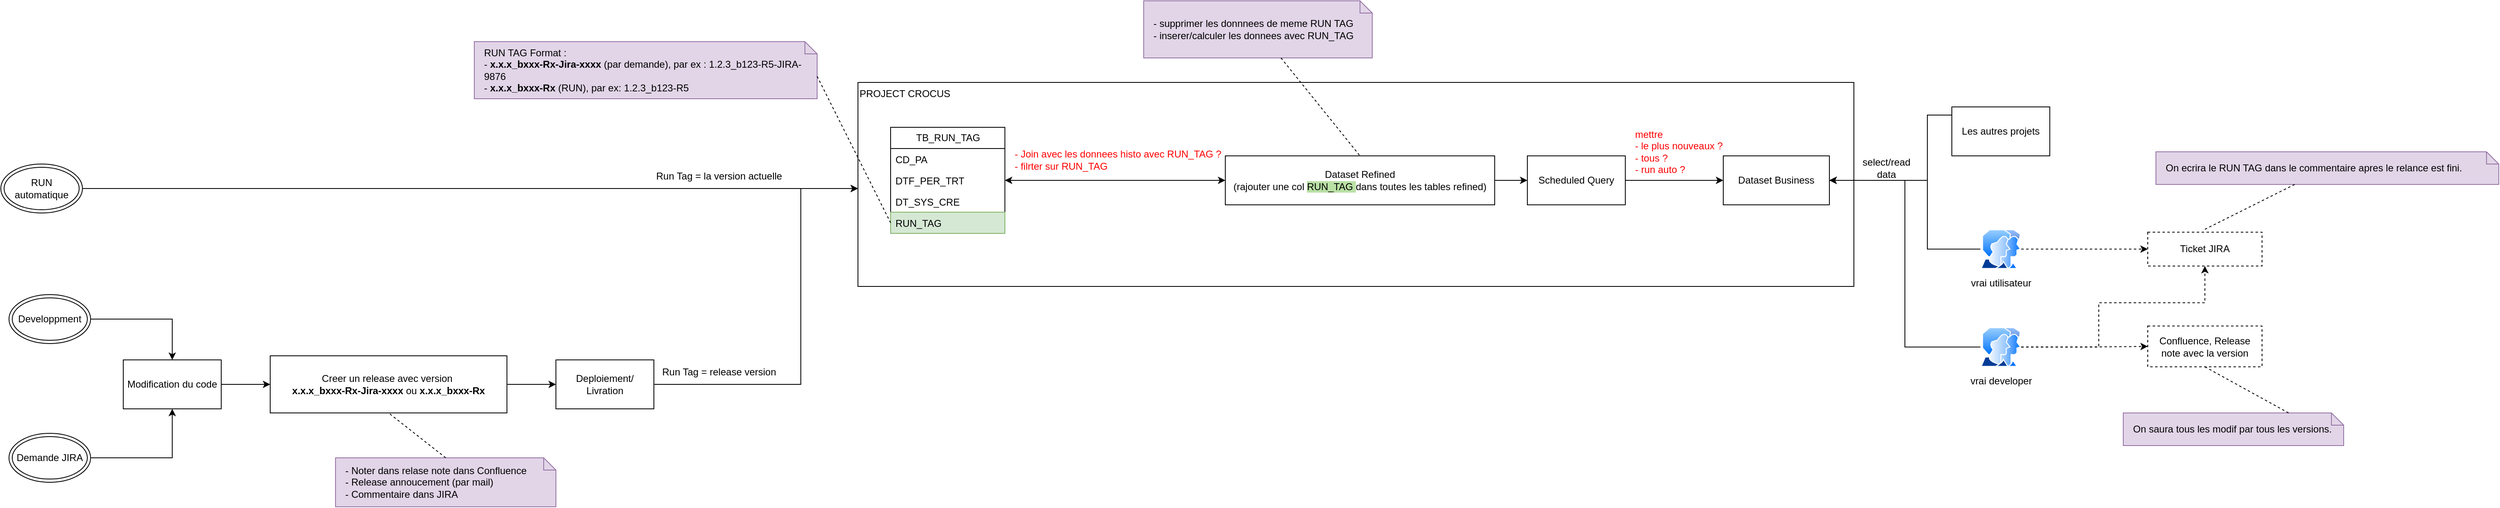
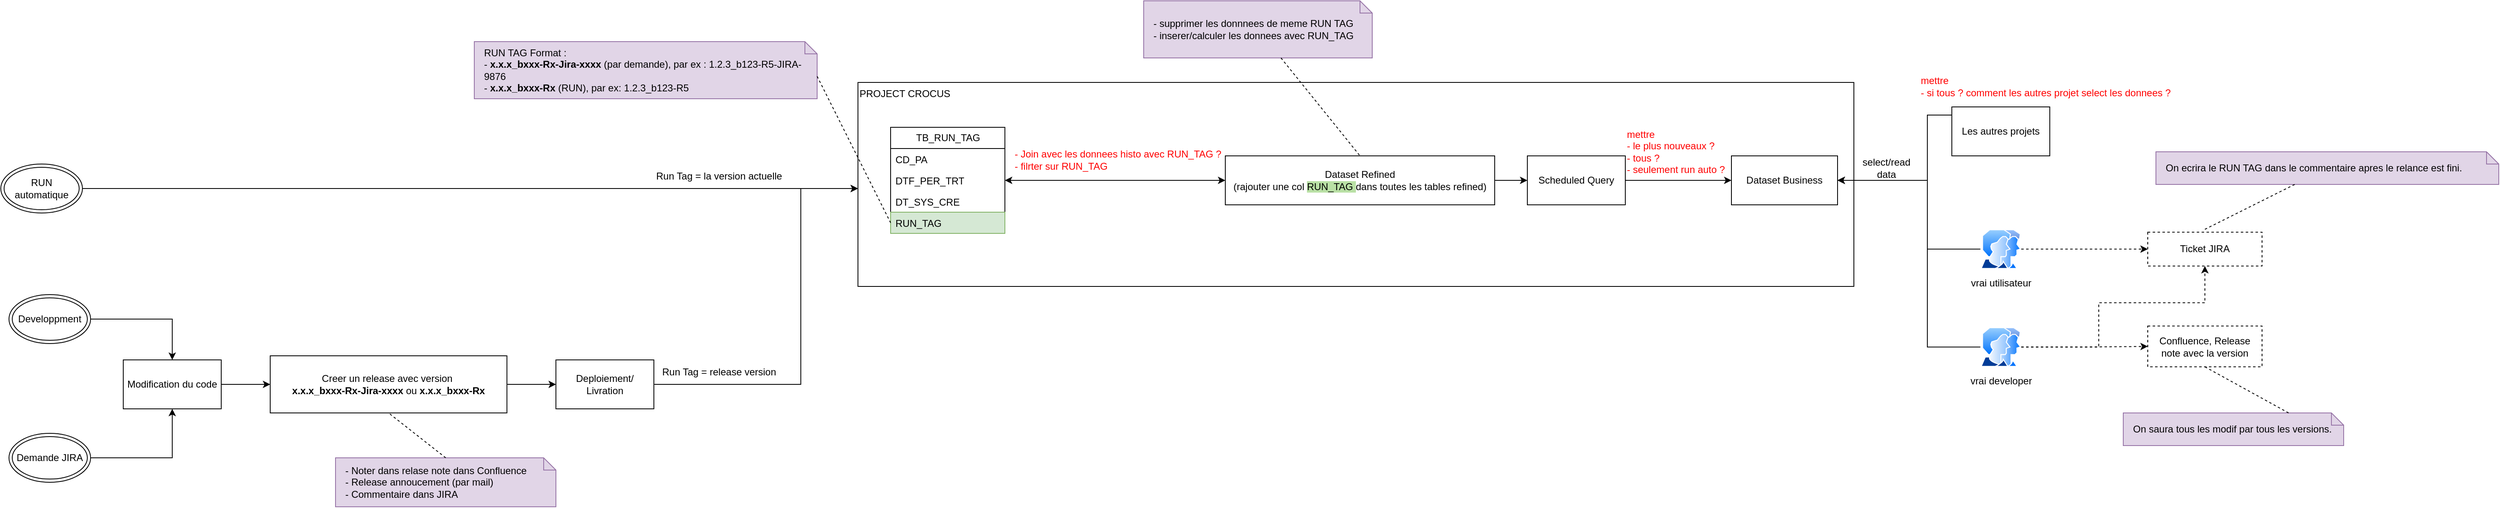
<mxfile host="app.diagrams.net">
  <diagram name="Page-1" id="bEAYSmEDHXBXhFzCy1HB">
    <mxGraphModel dx="2873" dy="1106" grid="1" gridSize="10" guides="1" tooltips="1" connect="1" arrows="1" fold="1" page="1" pageScale="1" pageWidth="827" pageHeight="1169" math="0" shadow="0">
      <root>
        <mxCell id="0" />
        <mxCell id="1" parent="0" />
        <mxCell id="QUzsFoNl6aFI_2ed8XXq-13" parent="1" style="rounded=0;whiteSpace=wrap;html=1;align=left;verticalAlign=top;" value="PROJECT CROCUS" vertex="1">
          <mxGeometry height="250" width="1220" x="380" y="140" as="geometry" />
        </mxCell>
        <mxCell id="QUzsFoNl6aFI_2ed8XXq-1" parent="1" style="swimlane;fontStyle=0;childLayout=stackLayout;horizontal=1;startSize=26;fillColor=none;horizontalStack=0;resizeParent=1;resizeParentMax=0;resizeLast=0;collapsible=1;marginBottom=0;html=1;" value="TB_RUN_TAG" vertex="1">
          <mxGeometry height="130" width="140" x="420" y="195" as="geometry" />
        </mxCell>
        <mxCell id="QUzsFoNl6aFI_2ed8XXq-2" parent="QUzsFoNl6aFI_2ed8XXq-1" style="text;strokeColor=none;fillColor=none;align=left;verticalAlign=top;spacingLeft=4;spacingRight=4;overflow=hidden;rotatable=0;points=[[0,0.5],[1,0.5]];portConstraint=eastwest;whiteSpace=wrap;html=1;" value="CD_PA" vertex="1">
          <mxGeometry height="26" width="140" y="26" as="geometry" />
        </mxCell>
        <mxCell id="QUzsFoNl6aFI_2ed8XXq-3" parent="QUzsFoNl6aFI_2ed8XXq-1" style="text;strokeColor=none;fillColor=none;align=left;verticalAlign=top;spacingLeft=4;spacingRight=4;overflow=hidden;rotatable=0;points=[[0,0.5],[1,0.5]];portConstraint=eastwest;whiteSpace=wrap;html=1;" value="DTF_PER_TRT" vertex="1">
          <mxGeometry height="26" width="140" y="52" as="geometry" />
        </mxCell>
        <mxCell id="QUzsFoNl6aFI_2ed8XXq-4" parent="QUzsFoNl6aFI_2ed8XXq-1" style="text;strokeColor=none;fillColor=none;align=left;verticalAlign=top;spacingLeft=4;spacingRight=4;overflow=hidden;rotatable=0;points=[[0,0.5],[1,0.5]];portConstraint=eastwest;whiteSpace=wrap;html=1;" value="DT_SYS_CRE" vertex="1">
          <mxGeometry height="26" width="140" y="78" as="geometry" />
        </mxCell>
        <mxCell id="QUzsFoNl6aFI_2ed8XXq-5" parent="QUzsFoNl6aFI_2ed8XXq-1" style="text;strokeColor=#82b366;fillColor=#d5e8d4;align=left;verticalAlign=top;spacingLeft=4;spacingRight=4;overflow=hidden;rotatable=0;points=[[0,0.5],[1,0.5]];portConstraint=eastwest;whiteSpace=wrap;html=1;" value="RUN_TAG" vertex="1">
          <mxGeometry height="26" width="140" y="104" as="geometry" />
        </mxCell>
        <mxCell id="QUzsFoNl6aFI_2ed8XXq-7" parent="1" style="shape=note;size=15;align=left;spacingLeft=10;html=1;whiteSpace=wrap;fillColor=#e1d5e7;strokeColor=#9673a6;" value="RUN TAG Format :&amp;nbsp;&lt;div&gt;- &lt;b&gt;x.x.x_bxxx-Rx-Jira-xxxx&lt;/b&gt; (par demande), par ex : 1.2.3_b123-R5-JIRA-9876&lt;/div&gt;&lt;div&gt;-&lt;b&gt; x.x.x_bxxx-Rx&lt;/b&gt; (RUN), par ex: 1.2.3_b123-R5&lt;/div&gt;" vertex="1">
          <mxGeometry height="70" width="420" x="-90" y="90" as="geometry" />
        </mxCell>
        <mxCell id="QUzsFoNl6aFI_2ed8XXq-8" edge="1" parent="1" source="QUzsFoNl6aFI_2ed8XXq-7" style="edgeStyle=none;endArrow=none;exitX=0;exitY=0;dashed=1;html=1;rounded=0;entryX=0;entryY=0.5;entryDx=0;entryDy=0;exitDx=420;exitDy=42.5;exitPerimeter=0;" target="QUzsFoNl6aFI_2ed8XXq-5" value="">
          <mxGeometry relative="1" x="1" as="geometry">
            <mxPoint x="590" y="660" as="targetPoint" />
          </mxGeometry>
        </mxCell>
        <mxCell id="QUzsFoNl6aFI_2ed8XXq-10" parent="1" style="rounded=0;whiteSpace=wrap;html=1;dashed=1;" value="Confluence, Release note avec la v&lt;span style=&quot;background-color: transparent; color: light-dark(rgb(0, 0, 0), rgb(255, 255, 255));&quot;&gt;ersion&lt;/span&gt;" vertex="1">
          <mxGeometry height="50" width="140" x="1960" y="438.5" as="geometry" />
        </mxCell>
        <mxCell id="QUzsFoNl6aFI_2ed8XXq-11" parent="1" style="rounded=0;whiteSpace=wrap;html=1;dashed=1;" value="Ticket JIRA" vertex="1">
          <mxGeometry height="41.5" width="140" x="1960" y="323.5" as="geometry" />
        </mxCell>
        <mxCell id="QUzsFoNl6aFI_2ed8XXq-42" edge="1" parent="1" source="QUzsFoNl6aFI_2ed8XXq-12" style="edgeStyle=orthogonalEdgeStyle;rounded=0;orthogonalLoop=1;jettySize=auto;html=1;entryX=1;entryY=0.5;entryDx=0;entryDy=0;startArrow=classic;startFill=1;" target="QUzsFoNl6aFI_2ed8XXq-3">
          <mxGeometry relative="1" as="geometry" />
        </mxCell>
        <mxCell id="QUzsFoNl6aFI_2ed8XXq-50" edge="1" parent="1" source="QUzsFoNl6aFI_2ed8XXq-12" style="edgeStyle=orthogonalEdgeStyle;rounded=0;orthogonalLoop=1;jettySize=auto;html=1;" target="QUzsFoNl6aFI_2ed8XXq-46">
          <mxGeometry relative="1" as="geometry">
            <Array as="points" />
          </mxGeometry>
        </mxCell>
        <mxCell id="QUzsFoNl6aFI_2ed8XXq-12" parent="1" style="rounded=0;whiteSpace=wrap;html=1;" value="Dataset Refined&lt;div&gt;(rajouter une col &lt;span style=&quot;background-color: rgb(185, 224, 165);&quot;&gt;RUN_TAG &lt;/span&gt;dans toutes les tables refined)&lt;/div&gt;" vertex="1">
          <mxGeometry height="60" width="330" x="830" y="230" as="geometry" />
        </mxCell>
        <mxCell id="QUzsFoNl6aFI_2ed8XXq-27" edge="1" parent="1" source="QUzsFoNl6aFI_2ed8XXq-33" style="edgeStyle=orthogonalEdgeStyle;rounded=0;orthogonalLoop=1;jettySize=auto;html=1;entryX=0.5;entryY=0;entryDx=0;entryDy=0;" target="QUzsFoNl6aFI_2ed8XXq-23">
          <mxGeometry relative="1" as="geometry">
            <mxPoint x="-760" y="325" as="sourcePoint" />
          </mxGeometry>
        </mxCell>
        <mxCell id="QUzsFoNl6aFI_2ed8XXq-29" edge="1" parent="1" source="QUzsFoNl6aFI_2ed8XXq-34" style="edgeStyle=orthogonalEdgeStyle;rounded=0;orthogonalLoop=1;jettySize=auto;html=1;entryX=0.5;entryY=1;entryDx=0;entryDy=0;" target="QUzsFoNl6aFI_2ed8XXq-23">
          <mxGeometry relative="1" as="geometry">
            <mxPoint x="-820" y="785" as="sourcePoint" />
          </mxGeometry>
        </mxCell>
        <mxCell id="QUzsFoNl6aFI_2ed8XXq-19" parent="1" style="text;html=1;whiteSpace=wrap;strokeColor=none;fillColor=none;align=center;verticalAlign=middle;rounded=0;" value="Run Tag = la version actuelle" vertex="1">
          <mxGeometry height="30" width="200" x="110" y="240" as="geometry" />
        </mxCell>
        <mxCell id="QUzsFoNl6aFI_2ed8XXq-28" edge="1" parent="1" source="QUzsFoNl6aFI_2ed8XXq-23" style="edgeStyle=orthogonalEdgeStyle;rounded=0;orthogonalLoop=1;jettySize=auto;html=1;" target="QUzsFoNl6aFI_2ed8XXq-25">
          <mxGeometry relative="1" as="geometry" />
        </mxCell>
        <mxCell id="QUzsFoNl6aFI_2ed8XXq-23" parent="1" style="rounded=0;whiteSpace=wrap;html=1;" value="Modification du code" vertex="1">
          <mxGeometry height="60" width="120" x="-520" y="480" as="geometry" />
        </mxCell>
        <mxCell id="QUzsFoNl6aFI_2ed8XXq-31" edge="1" parent="1" source="QUzsFoNl6aFI_2ed8XXq-24" style="edgeStyle=orthogonalEdgeStyle;rounded=0;orthogonalLoop=1;jettySize=auto;html=1;" target="QUzsFoNl6aFI_2ed8XXq-13">
          <mxGeometry relative="1" as="geometry">
            <Array as="points">
              <mxPoint x="310" y="510" />
              <mxPoint x="310" y="270" />
            </Array>
          </mxGeometry>
        </mxCell>
        <mxCell id="QUzsFoNl6aFI_2ed8XXq-24" parent="1" style="rounded=0;whiteSpace=wrap;html=1;" value="Deploiement/ Livration" vertex="1">
          <mxGeometry height="60" width="120" x="10" y="480" as="geometry" />
        </mxCell>
        <mxCell id="QUzsFoNl6aFI_2ed8XXq-30" edge="1" parent="1" source="QUzsFoNl6aFI_2ed8XXq-25" style="edgeStyle=orthogonalEdgeStyle;rounded=0;orthogonalLoop=1;jettySize=auto;html=1;entryX=0;entryY=0.5;entryDx=0;entryDy=0;" target="QUzsFoNl6aFI_2ed8XXq-24">
          <mxGeometry relative="1" as="geometry" />
        </mxCell>
        <mxCell id="QUzsFoNl6aFI_2ed8XXq-25" parent="1" style="rounded=0;whiteSpace=wrap;html=1;" value="Creer un release avec version&amp;nbsp;&lt;div&gt;&lt;span style=&quot;text-align: left;&quot;&gt;&lt;b&gt;x.x.x_bxxx-Rx-Jira-xxxx&lt;/b&gt; ou&amp;nbsp;&lt;/span&gt;&lt;span style=&quot;text-align: left;&quot;&gt;&lt;b&gt;x.x.x_bxxx-Rx&lt;/b&gt;&lt;/span&gt;&lt;/div&gt;" vertex="1">
          <mxGeometry height="70" width="290" x="-340" y="475" as="geometry" />
        </mxCell>
        <mxCell id="QUzsFoNl6aFI_2ed8XXq-33" parent="1" style="ellipse;shape=doubleEllipse;whiteSpace=wrap;html=1;" value="Developpment" vertex="1">
          <mxGeometry height="60" width="100" x="-660" y="400" as="geometry" />
        </mxCell>
        <mxCell id="QUzsFoNl6aFI_2ed8XXq-34" parent="1" style="ellipse;shape=doubleEllipse;whiteSpace=wrap;html=1;" value="Demande JIRA" vertex="1">
          <mxGeometry height="60" width="100" x="-660" y="570" as="geometry" />
        </mxCell>
        <mxCell id="QUzsFoNl6aFI_2ed8XXq-36" edge="1" parent="1" source="QUzsFoNl6aFI_2ed8XXq-35" style="edgeStyle=orthogonalEdgeStyle;rounded=0;orthogonalLoop=1;jettySize=auto;html=1;" target="QUzsFoNl6aFI_2ed8XXq-13">
          <mxGeometry relative="1" as="geometry">
            <Array as="points">
              <mxPoint x="40" y="270" />
              <mxPoint x="40" y="270" />
            </Array>
          </mxGeometry>
        </mxCell>
        <mxCell id="QUzsFoNl6aFI_2ed8XXq-35" parent="1" style="ellipse;shape=doubleEllipse;whiteSpace=wrap;html=1;" value="RUN automatique" vertex="1">
          <mxGeometry height="60" width="100" x="-670" y="240" as="geometry" />
        </mxCell>
        <mxCell id="QUzsFoNl6aFI_2ed8XXq-37" parent="1" style="text;html=1;whiteSpace=wrap;strokeColor=none;fillColor=none;align=center;verticalAlign=middle;rounded=0;" value="Run Tag = release version" vertex="1">
          <mxGeometry height="30" width="200" x="110" y="480" as="geometry" />
        </mxCell>
        <mxCell id="QUzsFoNl6aFI_2ed8XXq-38" parent="1" style="shape=note;size=15;align=left;spacingLeft=10;html=1;whiteSpace=wrap;fillColor=#e1d5e7;strokeColor=#9673a6;" value="- Noter dans relase note dans Confluence&lt;div&gt;- Release annoucement (par mail)&lt;/div&gt;&lt;div&gt;- Commentaire dans JIRA&lt;/div&gt;" vertex="1">
          <mxGeometry height="60" width="270" x="-260" y="600" as="geometry" />
        </mxCell>
        <mxCell id="QUzsFoNl6aFI_2ed8XXq-39" edge="1" parent="1" source="QUzsFoNl6aFI_2ed8XXq-38" style="edgeStyle=none;endArrow=none;exitX=0.5;exitY=0;dashed=1;html=1;rounded=0;entryX=0.5;entryY=1;entryDx=0;entryDy=0;exitDx=0;exitDy=0;exitPerimeter=0;" target="QUzsFoNl6aFI_2ed8XXq-25" value="">
          <mxGeometry relative="1" x="1" as="geometry">
            <mxPoint x="710" y="660" as="sourcePoint" />
            <mxPoint x="762" y="510" as="targetPoint" />
          </mxGeometry>
        </mxCell>
        <mxCell id="QUzsFoNl6aFI_2ed8XXq-40" parent="1" style="shape=note;size=15;align=left;spacingLeft=10;html=1;whiteSpace=wrap;fillColor=#e1d5e7;strokeColor=#9673a6;" value="- supprimer les donnnees de meme RUN TAG&lt;div&gt;- inserer/calculer les donnees avec RUN_TAG&lt;/div&gt;" vertex="1">
          <mxGeometry height="70" width="280" x="730" y="40" as="geometry" />
        </mxCell>
        <mxCell id="QUzsFoNl6aFI_2ed8XXq-41" edge="1" parent="1" source="QUzsFoNl6aFI_2ed8XXq-40" style="edgeStyle=none;endArrow=none;dashed=1;html=1;rounded=0;entryX=0.5;entryY=0;entryDx=0;entryDy=0;" target="QUzsFoNl6aFI_2ed8XXq-12" value="">
          <mxGeometry relative="1" x="1" as="geometry">
            <mxPoint x="720" y="650" as="sourcePoint" />
            <mxPoint x="772" y="500" as="targetPoint" />
          </mxGeometry>
        </mxCell>
        <mxCell id="QUzsFoNl6aFI_2ed8XXq-43" parent="1" style="text;html=1;whiteSpace=wrap;strokeColor=none;fillColor=none;align=left;verticalAlign=middle;rounded=0;" value="&lt;font style=&quot;color: rgb(255, 0, 0);&quot;&gt;- Join avec les donnees histo avec RUN_TAG ?&lt;/font&gt;&lt;div&gt;&lt;font style=&quot;color: rgb(255, 0, 0);&quot;&gt;- filrter sur RUN_TAG&lt;/font&gt;&lt;/div&gt;" vertex="1">
          <mxGeometry height="30" width="270" x="570" y="220" as="geometry" />
        </mxCell>
        <mxCell id="QUzsFoNl6aFI_2ed8XXq-45" parent="1" style="rounded=0;whiteSpace=wrap;html=1;" value="Dataset Business" vertex="1">
-           <mxGeometry height="60" width="130" x="1440" y="230" as="geometry" />
+           <mxGeometry height="60" width="130" x="1450" y="230" as="geometry" />
        </mxCell>
        <mxCell id="QUzsFoNl6aFI_2ed8XXq-48" edge="1" parent="1" source="QUzsFoNl6aFI_2ed8XXq-46" style="edgeStyle=orthogonalEdgeStyle;rounded=0;orthogonalLoop=1;jettySize=auto;html=1;" target="QUzsFoNl6aFI_2ed8XXq-45">
          <mxGeometry relative="1" as="geometry" />
        </mxCell>
        <mxCell id="QUzsFoNl6aFI_2ed8XXq-46" parent="1" style="rounded=0;whiteSpace=wrap;html=1;" value="Scheduled Query" vertex="1">
          <mxGeometry height="60" width="120" x="1200" y="230" as="geometry" />
        </mxCell>
-         <mxCell id="QUzsFoNl6aFI_2ed8XXq-51" parent="1" style="text;html=1;whiteSpace=wrap;strokeColor=none;fillColor=none;align=left;verticalAlign=middle;rounded=0;fontColor=#FF0000;" value="mettre&amp;nbsp;&lt;div&gt;- le plus nouveaux ?&lt;/div&gt;&lt;div&gt;- tous ?&lt;/div&gt;&lt;div&gt;- run auto ?&lt;/div&gt;" vertex="1">
-           <mxGeometry height="30" width="370" x="1330" y="210" as="geometry" />
+         <mxCell id="QUzsFoNl6aFI_2ed8XXq-51" parent="1" style="text;html=1;whiteSpace=wrap;strokeColor=none;fillColor=none;align=left;verticalAlign=middle;rounded=0;fontColor=#FF0000;" value="mettre&amp;nbsp;&lt;div&gt;- le plus nouveaux ?&lt;/div&gt;&lt;div&gt;- tous ?&lt;/div&gt;&lt;div&gt;- seulement run auto ?&lt;/div&gt;" vertex="1">
+           <mxGeometry height="30" width="370" x="1320" y="210" as="geometry" />
        </mxCell>
        <mxCell id="QUzsFoNl6aFI_2ed8XXq-59" edge="1" parent="1" source="QUzsFoNl6aFI_2ed8XXq-52" style="edgeStyle=orthogonalEdgeStyle;rounded=0;orthogonalLoop=1;jettySize=auto;html=1;entryX=1;entryY=0.5;entryDx=0;entryDy=0;" target="QUzsFoNl6aFI_2ed8XXq-45">
          <mxGeometry relative="1" as="geometry">
            <Array as="points">
              <mxPoint x="1690" y="180" />
              <mxPoint x="1690" y="260" />
            </Array>
          </mxGeometry>
        </mxCell>
        <mxCell id="QUzsFoNl6aFI_2ed8XXq-52" parent="1" style="rounded=0;whiteSpace=wrap;html=1;" value="Les autres projets" vertex="1">
          <mxGeometry height="60" width="120" x="1720" y="170" as="geometry" />
        </mxCell>
        <mxCell id="QUzsFoNl6aFI_2ed8XXq-58" edge="1" parent="1" source="QUzsFoNl6aFI_2ed8XXq-57" style="edgeStyle=orthogonalEdgeStyle;rounded=0;orthogonalLoop=1;jettySize=auto;html=1;entryX=1;entryY=0.5;entryDx=0;entryDy=0;" target="QUzsFoNl6aFI_2ed8XXq-45">
          <mxGeometry relative="1" as="geometry">
            <Array as="points">
              <mxPoint x="1690" y="344" />
              <mxPoint x="1690" y="260" />
            </Array>
          </mxGeometry>
        </mxCell>
        <mxCell id="QUzsFoNl6aFI_2ed8XXq-65" edge="1" parent="1" source="QUzsFoNl6aFI_2ed8XXq-57" style="edgeStyle=orthogonalEdgeStyle;rounded=0;orthogonalLoop=1;jettySize=auto;html=1;dashed=1;" target="QUzsFoNl6aFI_2ed8XXq-11">
          <mxGeometry relative="1" as="geometry" />
        </mxCell>
        <mxCell id="QUzsFoNl6aFI_2ed8XXq-57" parent="1" style="image;aspect=fixed;perimeter=ellipsePerimeter;html=1;align=center;shadow=0;dashed=0;spacingTop=3;image=img/lib/active_directory/user_accounts.svg;" value="vrai utilisateur" vertex="1">
          <mxGeometry height="48.5" width="50" x="1755" y="320" as="geometry" />
        </mxCell>
        <mxCell id="QUzsFoNl6aFI_2ed8XXq-60" parent="1" style="text;html=1;whiteSpace=wrap;strokeColor=none;fillColor=none;align=center;verticalAlign=middle;rounded=0;" value="select/read data" vertex="1">
          <mxGeometry height="30" width="60" x="1610" y="230" as="geometry" />
        </mxCell>
        <mxCell id="QUzsFoNl6aFI_2ed8XXq-63" edge="1" parent="1" source="QUzsFoNl6aFI_2ed8XXq-62" style="edgeStyle=orthogonalEdgeStyle;rounded=0;orthogonalLoop=1;jettySize=auto;html=1;entryX=1;entryY=0.5;entryDx=0;entryDy=0;" target="QUzsFoNl6aFI_2ed8XXq-45">
-           <mxGeometry relative="1" as="geometry" />
+           <mxGeometry relative="1" as="geometry">
+             <Array as="points">
+               <mxPoint x="1690" y="464" />
+               <mxPoint x="1690" y="260" />
+             </Array>
+           </mxGeometry>
        </mxCell>
        <mxCell id="QUzsFoNl6aFI_2ed8XXq-66" edge="1" parent="1" source="QUzsFoNl6aFI_2ed8XXq-62" style="edgeStyle=orthogonalEdgeStyle;rounded=0;orthogonalLoop=1;jettySize=auto;html=1;dashed=1;" target="QUzsFoNl6aFI_2ed8XXq-10">
          <mxGeometry relative="1" as="geometry" />
        </mxCell>
        <mxCell id="QUzsFoNl6aFI_2ed8XXq-68" edge="1" parent="1" source="QUzsFoNl6aFI_2ed8XXq-62" style="edgeStyle=orthogonalEdgeStyle;rounded=0;orthogonalLoop=1;jettySize=auto;html=1;entryX=0.5;entryY=1;entryDx=0;entryDy=0;dashed=1;" target="QUzsFoNl6aFI_2ed8XXq-11">
          <mxGeometry relative="1" as="geometry">
            <Array as="points">
              <mxPoint x="1900" y="464" />
              <mxPoint x="1900" y="410" />
              <mxPoint x="2030" y="410" />
            </Array>
          </mxGeometry>
        </mxCell>
        <mxCell id="QUzsFoNl6aFI_2ed8XXq-62" parent="1" style="image;aspect=fixed;perimeter=ellipsePerimeter;html=1;align=center;shadow=0;dashed=0;spacingTop=3;image=img/lib/active_directory/user_accounts.svg;" value="vrai developer" vertex="1">
          <mxGeometry height="48.5" width="50" x="1755" y="440" as="geometry" />
        </mxCell>
        <mxCell id="QUzsFoNl6aFI_2ed8XXq-69" parent="1" style="shape=note;size=15;align=left;spacingLeft=10;html=1;whiteSpace=wrap;fillColor=#e1d5e7;strokeColor=#9673a6;" value="On ecrira le RUN TAG dans le commentaire apres le relance est fini." vertex="1">
          <mxGeometry height="40" width="420" x="1970" y="225" as="geometry" />
        </mxCell>
        <mxCell id="QUzsFoNl6aFI_2ed8XXq-70" edge="1" parent="1" source="QUzsFoNl6aFI_2ed8XXq-69" style="edgeStyle=none;endArrow=none;dashed=1;html=1;rounded=0;" value="">
          <mxGeometry relative="1" x="1" as="geometry">
            <mxPoint x="970" y="210" as="sourcePoint" />
            <mxPoint x="2030" y="320" as="targetPoint" />
          </mxGeometry>
        </mxCell>
        <mxCell id="QUzsFoNl6aFI_2ed8XXq-71" parent="1" style="shape=note;size=15;align=left;spacingLeft=10;html=1;whiteSpace=wrap;fillColor=#e1d5e7;strokeColor=#9673a6;" value="On saura tous les modif par tous les versions." vertex="1">
          <mxGeometry height="40" width="270" x="1930" y="545" as="geometry" />
        </mxCell>
        <mxCell id="QUzsFoNl6aFI_2ed8XXq-72" edge="1" parent="1" source="QUzsFoNl6aFI_2ed8XXq-71" style="edgeStyle=none;endArrow=none;dashed=1;html=1;rounded=0;entryX=0.5;entryY=1;entryDx=0;entryDy=0;exitX=0;exitY=0;exitDx=202.5;exitDy=0;exitPerimeter=0;" target="QUzsFoNl6aFI_2ed8XXq-10" value="">
          <mxGeometry relative="1" x="1" as="geometry">
            <mxPoint x="2180" y="470" as="sourcePoint" />
            <mxPoint x="2070" y="525" as="targetPoint" />
          </mxGeometry>
+         </mxCell>
+         <mxCell id="QUzsFoNl6aFI_2ed8XXq-73" parent="1" style="text;html=1;whiteSpace=wrap;strokeColor=none;fillColor=none;align=left;verticalAlign=middle;rounded=0;fontColor=#FF0000;" value="mettre&amp;nbsp;&lt;div&gt;&lt;span style=&quot;background-color: transparent; color: light-dark(rgb(255, 0, 0), rgb(255, 144, 144));&quot;&gt;- si tous ? comment les autres projet select les donnees ?&lt;/span&gt;&lt;/div&gt;" vertex="1">
+           <mxGeometry height="30" width="370" x="1680" y="130" as="geometry" />
        </mxCell>
      </root>
    </mxGraphModel>
  </diagram>
</mxfile>
